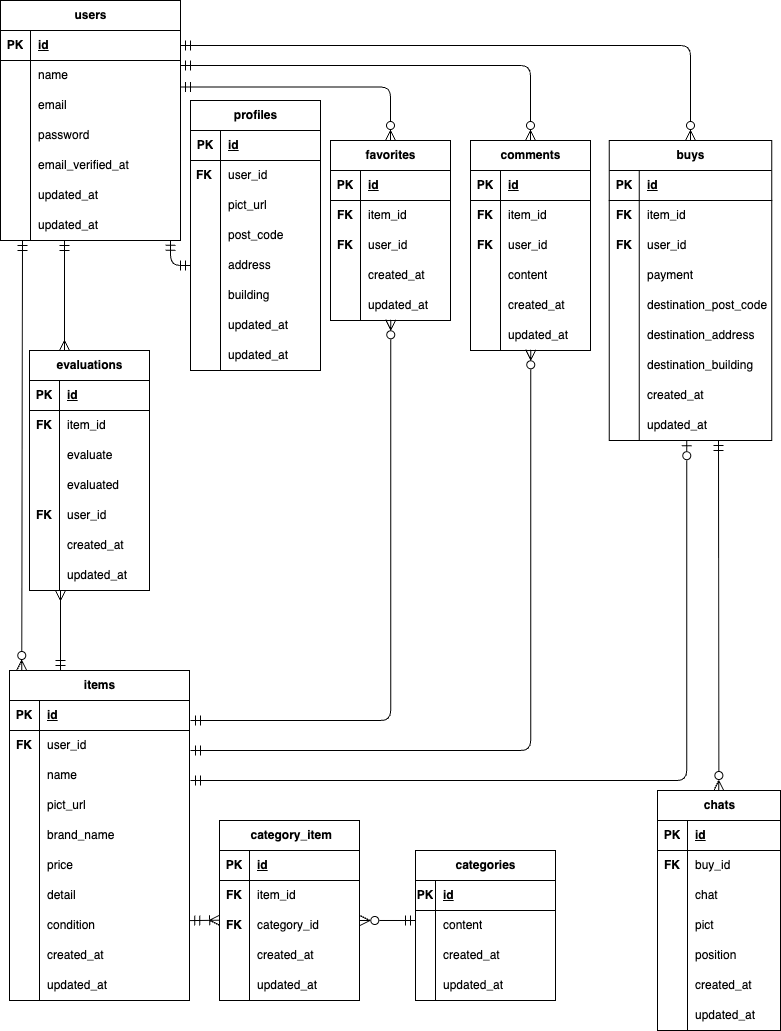
chatainazara/furima2 keeps this draw.io diagram as src/document/er_diagram.png. Above is the earlier version. Source tidied: cells renumbered, new cells last; positions are measured from the earlier drawing's top-left corner, leaving out a move shared by most shapes.
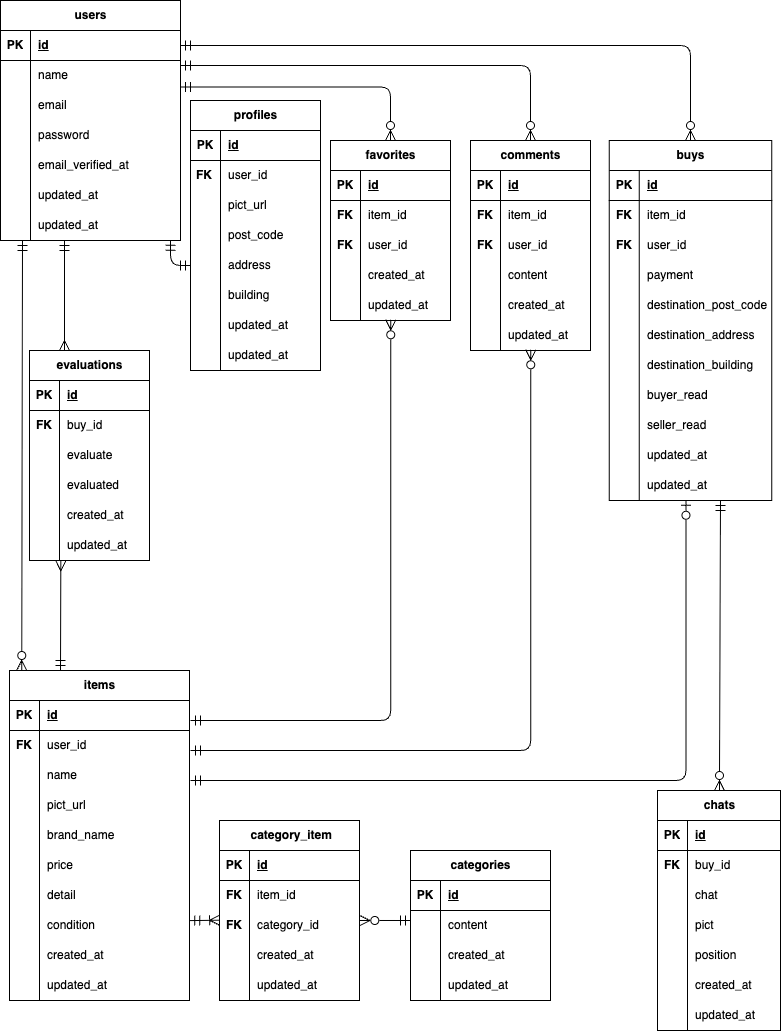
The same diagram one commit later.

Change to the diagram source:
```diff
@@ -96,43 +96,43 @@
       <mxGeometry x="30" width="150" height="30" as="geometry" />
     </mxCell>
     <mxCell id="33" value="categories" style="shape=table;startSize=30;rowLines=0;fontStyle=1;align=center;html=1;" parent="1" vertex="1">
-      <mxGeometry x="415" y="850" width="140" height="150" as="geometry" />
+      <mxGeometry x="410" y="850" width="140" height="150" as="geometry" />
     </mxCell>
     <mxCell id="34" style="shape=tableRow;horizontal=0;startSize=0;swimlaneHead=0;swimlaneBody=0;fillColor=none;top=0;left=0;right=0;bottom=1;" parent="33" vertex="1">
       <mxGeometry y="30" width="140" height="30" as="geometry" />
     </mxCell>
     <mxCell id="35" value="PK" style="shape=partialRectangle;fillColor=none;top=0;left=0;bottom=0;right=0;fontStyle=1;overflow=hidden;whiteSpace=wrap;html=1;" parent="34" vertex="1">
-      <mxGeometry width="20" height="30" as="geometry" />
+      <mxGeometry width="30" height="30" as="geometry" />
     </mxCell>
     <mxCell id="36" value="id" style="shape=partialRectangle;fillColor=none;top=0;left=0;bottom=0;right=0;align=left;spacingLeft=6;fontStyle=5;overflow=hidden;whiteSpace=wrap;html=1;" parent="34" vertex="1">
-      <mxGeometry x="20" width="120" height="30" as="geometry" />
+      <mxGeometry x="30" width="110" height="30" as="geometry" />
     </mxCell>
     <mxCell id="37" style="shape=tableRow;horizontal=0;startSize=0;swimlaneHead=0;swimlaneBody=0;fillColor=none;top=0;left=0;right=0;bottom=0;" parent="33" vertex="1">
       <mxGeometry y="60" width="140" height="30" as="geometry" />
     </mxCell>
     <mxCell id="38" style="shape=partialRectangle;fillColor=none;top=0;left=0;bottom=0;right=0;overflow=hidden;whiteSpace=wrap;html=1;" parent="37" vertex="1">
-      <mxGeometry width="20" height="30" as="geometry" />
+      <mxGeometry width="30" height="30" as="geometry" />
     </mxCell>
     <mxCell id="39" value="content" style="shape=partialRectangle;fillColor=none;top=0;left=0;bottom=0;right=0;align=left;spacingLeft=6;overflow=hidden;whiteSpace=wrap;html=1;" parent="37" vertex="1">
-      <mxGeometry x="20" width="120" height="30" as="geometry" />
+      <mxGeometry x="30" width="110" height="30" as="geometry" />
     </mxCell>
     <mxCell id="40" style="shape=tableRow;horizontal=0;startSize=0;swimlaneHead=0;swimlaneBody=0;fillColor=none;top=0;left=0;right=0;bottom=0;" parent="33" vertex="1">
       <mxGeometry y="90" width="140" height="30" as="geometry" />
     </mxCell>
     <mxCell id="41" style="shape=partialRectangle;fillColor=none;top=0;left=0;bottom=0;right=0;overflow=hidden;whiteSpace=wrap;html=1;" parent="40" vertex="1">
-      <mxGeometry width="20" height="30" as="geometry" />
+      <mxGeometry width="30" height="30" as="geometry" />
     </mxCell>
     <mxCell id="42" value="created_at" style="shape=partialRectangle;fillColor=none;top=0;left=0;bottom=0;right=0;align=left;spacingLeft=6;overflow=hidden;whiteSpace=wrap;html=1;" parent="40" vertex="1">
-      <mxGeometry x="20" width="120" height="30" as="geometry" />
+      <mxGeometry x="30" width="110" height="30" as="geometry" />
     </mxCell>
     <mxCell id="43" style="shape=tableRow;horizontal=0;startSize=0;swimlaneHead=0;swimlaneBody=0;fillColor=none;top=0;left=0;right=0;bottom=0;" parent="33" vertex="1">
       <mxGeometry y="120" width="140" height="30" as="geometry" />
     </mxCell>
     <mxCell id="44" style="shape=partialRectangle;fillColor=none;top=0;left=0;bottom=0;right=0;overflow=hidden;whiteSpace=wrap;html=1;" parent="43" vertex="1">
-      <mxGeometry width="20" height="30" as="geometry" />
+      <mxGeometry width="30" height="30" as="geometry" />
     </mxCell>
     <mxCell id="45" value="updated_at" style="shape=partialRectangle;fillColor=none;top=0;left=0;bottom=0;right=0;align=left;spacingLeft=6;overflow=hidden;whiteSpace=wrap;html=1;" parent="43" vertex="1">
-      <mxGeometry x="20" width="120" height="30" as="geometry" />
+      <mxGeometry x="30" width="110" height="30" as="geometry" />
     </mxCell>
     <mxCell id="46" value="users" style="shape=table;startSize=30;rowLines=0;fontStyle=1;align=center;html=1;" parent="1" vertex="1">
       <mxGeometry width="180" height="240" as="geometry" />
@@ -306,7 +306,7 @@
       <mxGeometry x="30" width="90" height="30" as="geometry" />
     </mxCell>
     <mxCell id="103" value="buys" style="shape=table;startSize=30;rowLines=0;fontStyle=1;align=center;html=1;" parent="1" vertex="1">
-      <mxGeometry x="608.8" y="140" width="162.5" height="300" as="geometry" />
+      <mxGeometry x="608.8" y="140" width="162.5" height="360" as="geometry" />
     </mxCell>
     <mxCell id="104" style="shape=tableRow;horizontal=0;startSize=0;swimlaneHead=0;swimlaneBody=0;fillColor=none;top=0;left=0;right=0;bottom=1;" parent="103" vertex="1">
       <mxGeometry y="30" width="162.5" height="30" as="geometry" />
@@ -377,7 +377,7 @@
     <mxCell id="126" style="shape=partialRectangle;fillColor=none;top=0;left=0;bottom=0;right=0;overflow=hidden;whiteSpace=wrap;html=1;" parent="125" vertex="1">
       <mxGeometry width="30" height="30" as="geometry" />
     </mxCell>
-    <mxCell id="127" value="created_at" style="shape=partialRectangle;fillColor=none;top=0;left=0;bottom=0;right=0;align=left;spacingLeft=6;overflow=hidden;whiteSpace=wrap;html=1;" parent="125" vertex="1">
+    <mxCell id="127" value="buyer_read" style="shape=partialRectangle;fillColor=none;top=0;left=0;bottom=0;right=0;align=left;spacingLeft=6;overflow=hidden;whiteSpace=wrap;html=1;" parent="125" vertex="1">
       <mxGeometry x="30" width="132.5" height="30" as="geometry" />
     </mxCell>
     <mxCell id="128" style="shape=tableRow;horizontal=0;startSize=0;swimlaneHead=0;swimlaneBody=0;fillColor=none;points=[[0,0.5],[1,0.5]];portConstraint=eastwest;top=0;left=0;right=0;bottom=0;" parent="103" vertex="1">
@@ -386,9 +386,27 @@
     <mxCell id="129" style="shape=partialRectangle;fillColor=none;top=0;left=0;bottom=0;right=0;overflow=hidden;whiteSpace=wrap;html=1;" parent="128" vertex="1">
       <mxGeometry width="30" height="30" as="geometry" />
     </mxCell>
-    <mxCell id="130" value="updated_at" style="shape=partialRectangle;fillColor=none;top=0;left=0;bottom=0;right=0;align=left;spacingLeft=6;overflow=hidden;whiteSpace=wrap;html=1;" parent="128" vertex="1">
+    <mxCell id="130" value="seller_read" style="shape=partialRectangle;fillColor=none;top=0;left=0;bottom=0;right=0;align=left;spacingLeft=6;overflow=hidden;whiteSpace=wrap;html=1;" parent="128" vertex="1">
       <mxGeometry x="30" width="132.5" height="30" as="geometry" />
     </mxCell>
+    <mxCell id="242" style="shape=tableRow;horizontal=0;startSize=0;swimlaneHead=0;swimlaneBody=0;fillColor=none;top=0;left=0;right=0;bottom=0;" parent="103" vertex="1">
+      <mxGeometry y="300" width="162.5" height="30" as="geometry" />
+    </mxCell>
+    <mxCell id="243" style="shape=partialRectangle;fillColor=none;top=0;left=0;bottom=0;right=0;overflow=hidden;whiteSpace=wrap;html=1;" parent="242" vertex="1">
+      <mxGeometry width="30" height="30" as="geometry" />
+    </mxCell>
+    <mxCell id="244" value="updated_at" style="shape=partialRectangle;fillColor=none;top=0;left=0;bottom=0;right=0;align=left;spacingLeft=6;overflow=hidden;whiteSpace=wrap;html=1;" parent="242" vertex="1">
+      <mxGeometry x="30" width="132.5" height="30" as="geometry" />
+    </mxCell>
+    <mxCell id="245" style="shape=tableRow;horizontal=0;startSize=0;swimlaneHead=0;swimlaneBody=0;fillColor=none;points=[[0,0.5],[1,0.5]];portConstraint=eastwest;top=0;left=0;right=0;bottom=0;" parent="103" vertex="1">
+      <mxGeometry y="330" width="162.5" height="30" as="geometry" />
+    </mxCell>
+    <mxCell id="246" style="shape=partialRectangle;fillColor=none;top=0;left=0;bottom=0;right=0;overflow=hidden;whiteSpace=wrap;html=1;" parent="245" vertex="1">
+      <mxGeometry width="30" height="30" as="geometry" />
+    </mxCell>
+    <mxCell id="247" value="updated_at" style="shape=partialRectangle;fillColor=none;top=0;left=0;bottom=0;right=0;align=left;spacingLeft=6;overflow=hidden;whiteSpace=wrap;html=1;" parent="245" vertex="1">
+      <mxGeometry x="30" width="132.5" height="30" as="geometry" />
+    </mxCell>
     <mxCell id="131" style="edgeStyle=none;orthogonalLoop=1;jettySize=auto;html=1;endArrow=ERmandOne;startArrow=ERzeroToMany;endSize=8;startSize=8;startFill=0;endFill=0;exitX=0.279;exitY=0;exitDx=0;exitDy=0;exitPerimeter=0;" parent="1" edge="1">
       <mxGeometry relative="1" as="geometry">
         <mxPoint x="21.2" y="670" as="sourcePoint" />
@@ -411,7 +429,7 @@
         </Array>
       </mxGeometry>
     </mxCell>
-    <mxCell id="134" style="edgeStyle=elbowEdgeStyle;jettySize=auto;html=1;endArrow=ERzeroToOne;startArrow=ERmandOne;endSize=8;startSize=8;startFill=0;endFill=0;elbow=vertical;entryX=0.477;entryY=1.006;entryDx=0;entryDy=0;entryPerimeter=0;" parent="1" edge="1" target="128">
+    <mxCell id="134" style="edgeStyle=elbowEdgeStyle;jettySize=auto;html=1;endArrow=ERzeroToOne;startArrow=ERmandOne;endSize=8;startSize=8;startFill=0;endFill=0;elbow=vertical;entryX=0.472;entryY=0.992;entryDx=0;entryDy=0;entryPerimeter=0;" parent="1" edge="1" target="245">
       <mxGeometry relative="1" as="geometry">
         <mxPoint x="190" y="780" as="sourcePoint" />
         <Array as="points">
@@ -449,7 +467,7 @@
     </mxCell>
     <mxCell id="139" style="edgeStyle=none;jettySize=auto;html=1;endArrow=ERmandOne;startArrow=ERzeroToMany;endSize=8;startSize=8;startFill=0;endFill=0;exitX=1.002;exitY=0.333;exitDx=0;exitDy=0;exitPerimeter=0;" parent="1" edge="1" source="232">
       <mxGeometry relative="1" as="geometry">
-        <mxPoint x="415" y="920" as="targetPoint" />
+        <mxPoint x="410" y="920" as="targetPoint" />
       </mxGeometry>
     </mxCell>
     <mxCell id="140" value="profiles" style="shape=table;startSize=30;rowLines=0;fontStyle=1;align=center;html=1;" parent="1" vertex="1">
@@ -535,7 +553,7 @@
       </mxGeometry>
     </mxCell>
     <mxCell id="166" value="evaluations" style="shape=table;startSize=30;rowLines=0;fontStyle=1;align=center;html=1;" parent="1" vertex="1">
-      <mxGeometry x="29" y="350" width="120" height="240" as="geometry" />
+      <mxGeometry x="29" y="350" width="120" height="210" as="geometry" />
     </mxCell>
     <mxCell id="167" style="shape=tableRow;horizontal=0;startSize=0;swimlaneHead=0;swimlaneBody=0;fillColor=none;top=0;left=0;right=0;bottom=1;" parent="166" vertex="1">
       <mxGeometry y="30" width="120" height="30" as="geometry" />
@@ -552,7 +570,7 @@
     <mxCell id="171" style="shape=partialRectangle;fillColor=none;top=0;left=0;bottom=0;right=0;overflow=hidden;whiteSpace=wrap;html=1;" parent="170" vertex="1">
       <mxGeometry width="30" height="30" as="geometry" />
     </mxCell>
-    <mxCell id="172" value="item_id" style="shape=partialRectangle;fillColor=none;top=0;left=0;bottom=0;right=0;align=left;spacingLeft=6;overflow=hidden;whiteSpace=wrap;html=1;" parent="170" vertex="1">
+    <mxCell id="172" value="buy_id" style="shape=partialRectangle;fillColor=none;top=0;left=0;bottom=0;right=0;align=left;spacingLeft=6;overflow=hidden;whiteSpace=wrap;html=1;" parent="170" vertex="1">
       <mxGeometry x="30" width="90" height="30" as="geometry" />
     </mxCell>
     <mxCell id="173" style="shape=tableRow;horizontal=0;startSize=0;swimlaneHead=0;swimlaneBody=0;fillColor=none;top=0;left=0;right=0;bottom=0;" parent="166" vertex="1">
@@ -573,17 +591,8 @@
     <mxCell id="178" value="evaluated" style="shape=partialRectangle;fillColor=none;top=0;left=0;bottom=0;right=0;align=left;spacingLeft=6;overflow=hidden;whiteSpace=wrap;html=1;" parent="176" vertex="1">
       <mxGeometry x="30" width="90" height="30" as="geometry" />
     </mxCell>
-    <mxCell id="179" style="shape=tableRow;horizontal=0;startSize=0;swimlaneHead=0;swimlaneBody=0;fillColor=none;top=0;left=0;right=0;bottom=0;" parent="166" vertex="1">
-      <mxGeometry y="150" width="120" height="30" as="geometry" />
-    </mxCell>
-    <mxCell id="180" style="shape=partialRectangle;fillColor=none;top=0;left=0;bottom=0;right=0;overflow=hidden;whiteSpace=wrap;html=1;" parent="179" vertex="1">
-      <mxGeometry width="30" height="30" as="geometry" />
-    </mxCell>
-    <mxCell id="181" value="user_id" style="shape=partialRectangle;fillColor=none;top=0;left=0;bottom=0;right=0;align=left;spacingLeft=6;overflow=hidden;whiteSpace=wrap;html=1;strokeWidth=1;" parent="179" vertex="1">
-      <mxGeometry x="30" width="90" height="30" as="geometry" />
-    </mxCell>
     <mxCell id="182" style="shape=tableRow;horizontal=0;startSize=0;swimlaneHead=0;swimlaneBody=0;fillColor=none;top=0;left=0;right=0;bottom=0;" parent="166" vertex="1">
-      <mxGeometry y="180" width="120" height="30" as="geometry" />
+      <mxGeometry y="150" width="120" height="30" as="geometry" />
     </mxCell>
     <mxCell id="183" style="shape=partialRectangle;fillColor=none;top=0;left=0;bottom=0;right=0;overflow=hidden;whiteSpace=wrap;html=1;" parent="182" vertex="1">
       <mxGeometry width="30" height="30" as="geometry" />
@@ -592,7 +601,7 @@
       <mxGeometry x="30" width="90" height="30" as="geometry" />
     </mxCell>
     <mxCell id="185" style="shape=tableRow;horizontal=0;startSize=0;swimlaneHead=0;swimlaneBody=0;fillColor=none;points=[[0,0.5],[1,0.5]];portConstraint=eastwest;top=0;left=0;right=0;bottom=0;" parent="166" vertex="1">
-      <mxGeometry y="210" width="120" height="30" as="geometry" />
+      <mxGeometry y="180" width="120" height="30" as="geometry" />
     </mxCell>
     <mxCell id="186" style="shape=partialRectangle;fillColor=none;top=0;left=0;bottom=0;right=0;overflow=hidden;whiteSpace=wrap;html=1;" parent="185" vertex="1">
       <mxGeometry width="30" height="30" as="geometry" />
@@ -606,9 +615,8 @@
         <mxPoint x="64" y="240" as="targetPoint" />
       </mxGeometry>
     </mxCell>
-    <mxCell id="189" style="edgeStyle=none;html=1;exitX=0.25;exitY=0;exitDx=0;exitDy=0;endArrow=ERmandOne;endFill=0;startArrow=ERmany;startFill=0;endSize=8;startSize=8;" parent="1" edge="1">
+    <mxCell id="189" style="edgeStyle=none;html=1;exitX=0.261;exitY=1.013;exitDx=0;exitDy=0;endArrow=ERmandOne;endFill=0;startArrow=ERmany;startFill=0;endSize=8;startSize=8;exitPerimeter=0;" parent="1" edge="1" source="185">
       <mxGeometry relative="1" as="geometry">
-        <mxPoint x="60" y="590" as="sourcePoint" />
         <mxPoint x="60" y="670" as="targetPoint" />
       </mxGeometry>
     </mxCell>
@@ -684,9 +692,6 @@
     <mxCell id="213" value="FK" style="shape=partialRectangle;fillColor=none;top=0;left=0;bottom=0;right=0;fontStyle=1;overflow=hidden;whiteSpace=wrap;html=1;" parent="1" vertex="1">
       <mxGeometry x="29" y="410" width="30" height="30" as="geometry" />
     </mxCell>
-    <mxCell id="214" value="FK" style="shape=partialRectangle;fillColor=none;top=0;left=0;bottom=0;right=0;fontStyle=1;overflow=hidden;whiteSpace=wrap;html=1;" parent="1" vertex="1">
-      <mxGeometry x="29" y="500" width="30" height="30" as="geometry" />
-    </mxCell>
     <mxCell id="215" value="FK" style="shape=partialRectangle;fillColor=none;top=0;left=0;bottom=0;right=0;fontStyle=1;overflow=hidden;whiteSpace=wrap;html=1;" parent="1" vertex="1">
       <mxGeometry x="9" y="730" width="30" height="30" as="geometry" />
     </mxCell>
@@ -767,7 +772,7 @@
     </mxCell>
     <mxCell id="241" style="edgeStyle=none;html=1;endArrow=ERmandOne;endFill=0;startArrow=ERzeroToMany;startFill=0;endSize=8;startSize=8;" parent="1" edge="1" source="190">
       <mxGeometry relative="1" as="geometry">
-        <mxPoint x="718" y="440" as="targetPoint" />
+        <mxPoint x="720" y="500" as="targetPoint" />
       </mxGeometry>
     </mxCell>
   </root>
```
